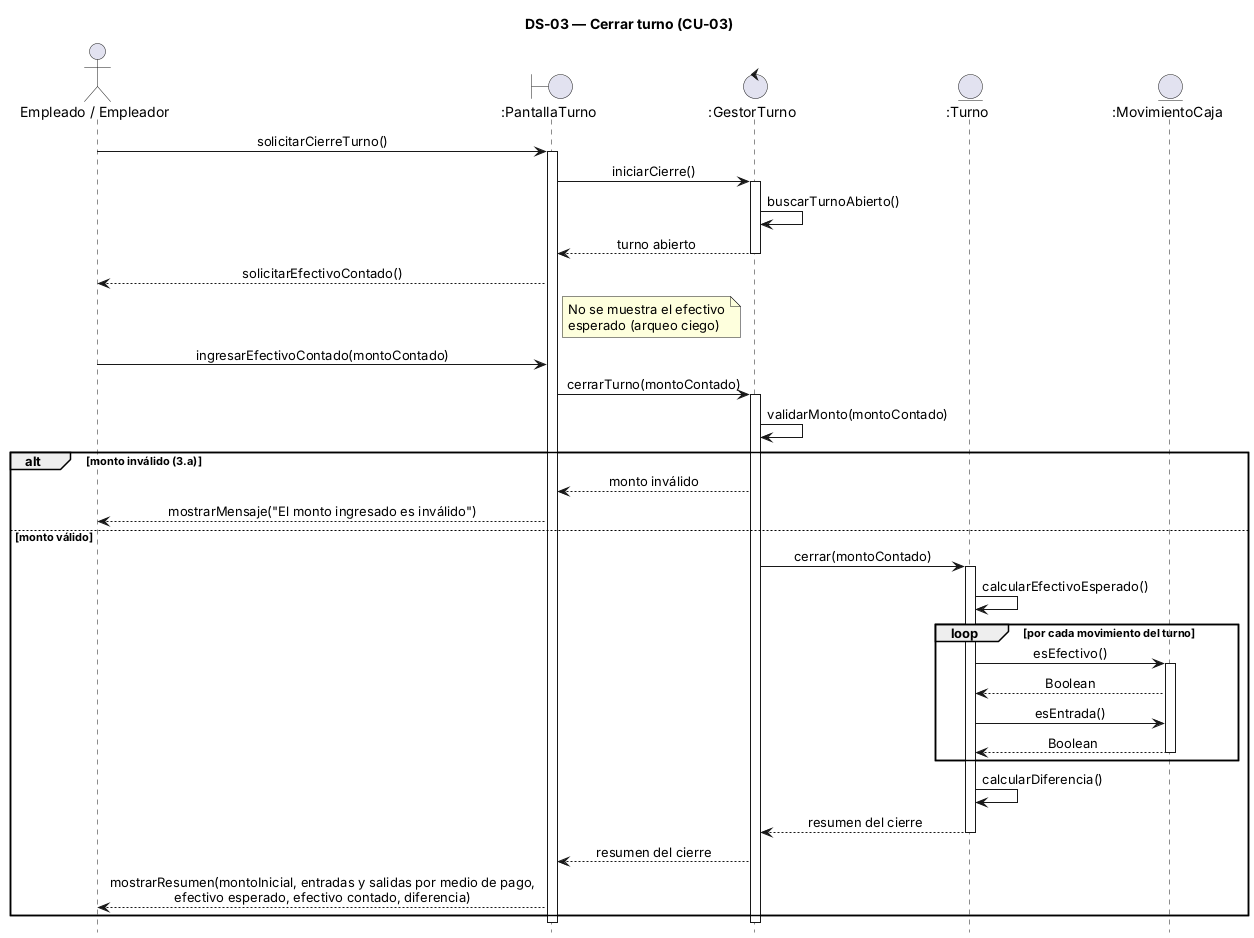
The PlantUML diagram 08-Diagrama De Secuencia/DS-03 Cerrar turno.png in alanbalzaretti123/control-de-stock1, before a commit. The source it was exported from:
```plantuml
@startuml
title DS-03 — Cerrar turno (CU-03)
hide footbox
skinparam sequenceMessageAlign center
skinparam responseMessageBelowArrow true

actor "Empleado / Empleador" as U
boundary ":PantallaTurno" as P
control ":GestorTurno" as G
entity ":Turno" as T
entity ":MovimientoCaja" as M

U -> P : solicitarCierreTurno()
activate P
P -> G : iniciarCierre()
activate G
G -> G : buscarTurnoAbierto()
G --> P : turno abierto
deactivate G
P --> U : solicitarEfectivoContado()
note right of P : No se muestra el efectivo\nesperado (arqueo ciego)

U -> P : ingresarEfectivoContado(montoContado)
P -> G : cerrarTurno(montoContado)
activate G
G -> G : validarMonto(montoContado)

alt monto inválido (3.a)
  G --> P : monto inválido
  P --> U : mostrarMensaje("El monto ingresado es inválido")
else monto válido
  G -> T : cerrar(montoContado)
  activate T
  T -> T : calcularEfectivoEsperado()
  loop por cada movimiento del turno
    T -> M : esEfectivo()
    activate M
    M --> T : Boolean
    T -> M : esEntrada()
    M --> T : Boolean
    deactivate M
  end
  T -> T : calcularDiferencia()
  T --> G : resumen del cierre
  deactivate T
  G --> P : resumen del cierre
  P --> U : mostrarResumen(montoInicial, entradas y salidas por medio de pago,\nefectivo esperado, efectivo contado, diferencia)
end

deactivate G
deactivate P
@enduml
```
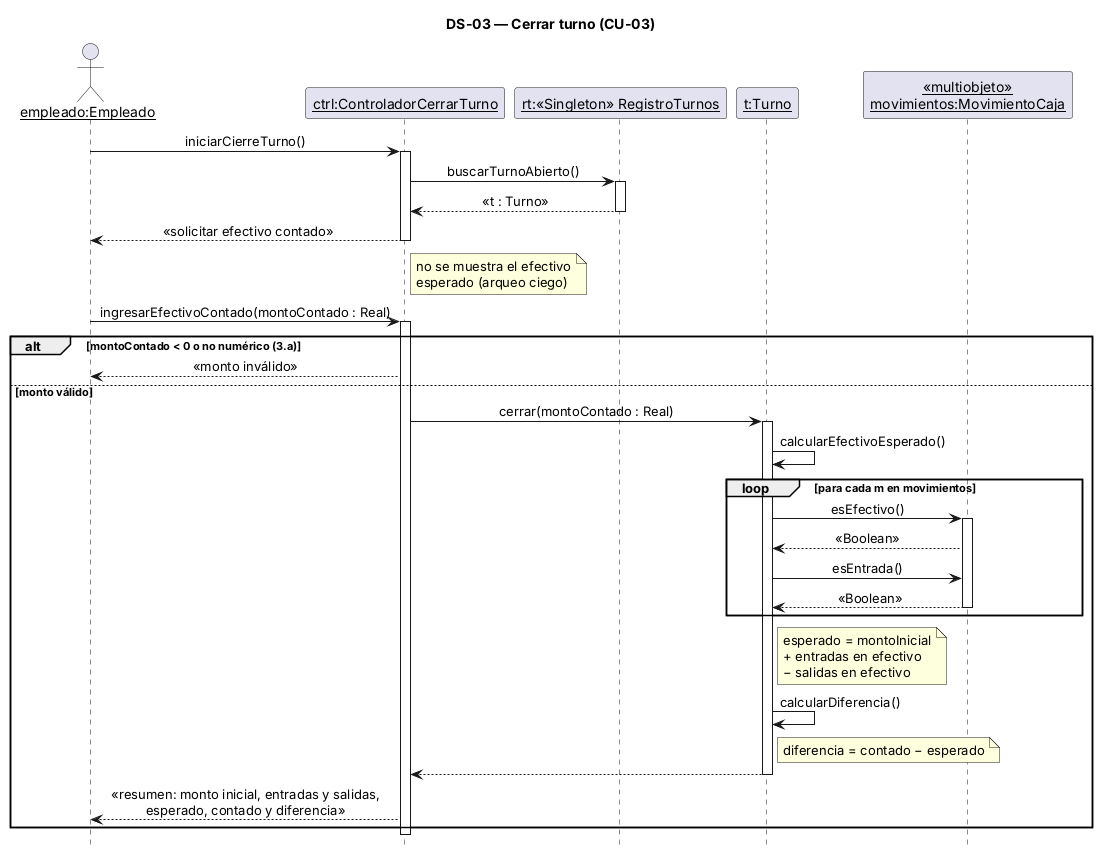
After the change.

What changed in the source:
```diff
@@ -3,50 +3,46 @@
 hide footbox
 skinparam sequenceMessageAlign center
 skinparam responseMessageBelowArrow true
+skinparam sequenceParticipant underline
 
-actor "Empleado / Empleador" as U
-boundary ":PantallaTurno" as P
-control ":GestorTurno" as G
-entity ":Turno" as T
-entity ":MovimientoCaja" as M
+actor "empleado:Empleado" as U
+participant "ctrl:ControladorCerrarTurno" as C
+participant "rt:«Singleton» RegistroTurnos" as RT
+participant "t:Turno" as T
+participant "«multiobjeto»\nmovimientos:MovimientoCaja" as M
 
-U -> P : solicitarCierreTurno()
-activate P
-P -> G : iniciarCierre()
-activate G
-G -> G : buscarTurnoAbierto()
-G --> P : turno abierto
-deactivate G
-P --> U : solicitarEfectivoContado()
-note right of P : No se muestra el efectivo\nesperado (arqueo ciego)
+U -> C : iniciarCierreTurno()
+activate C
+C -> RT : buscarTurnoAbierto()
+activate RT
+RT --> C : «t : Turno»
+deactivate RT
+C --> U : «solicitar efectivo contado»
+note right of C : no se muestra el efectivo\nesperado (arqueo ciego)
+deactivate C
 
-U -> P : ingresarEfectivoContado(montoContado)
-P -> G : cerrarTurno(montoContado)
-activate G
-G -> G : validarMonto(montoContado)
-
-alt monto inválido (3.a)
-  G --> P : monto inválido
-  P --> U : mostrarMensaje("El monto ingresado es inválido")
+U -> C : ingresarEfectivoContado(montoContado : Real)
+activate C
+alt montoContado < 0 o no numérico (3.a)
+  C --> U : «monto inválido»
 else monto válido
-  G -> T : cerrar(montoContado)
+  C -> T : cerrar(montoContado : Real)
   activate T
   T -> T : calcularEfectivoEsperado()
-  loop por cada movimiento del turno
+  loop para cada m en movimientos
     T -> M : esEfectivo()
     activate M
-    M --> T : Boolean
+    M --> T : «Boolean»
     T -> M : esEntrada()
-    M --> T : Boolean
+    M --> T : «Boolean»
     deactivate M
   end
+  note right of T : esperado = montoInicial\n+ entradas en efectivo\n− salidas en efectivo
   T -> T : calcularDiferencia()
-  T --> G : resumen del cierre
+  note right of T : diferencia = contado − esperado
+  T --> C
   deactivate T
-  G --> P : resumen del cierre
-  P --> U : mostrarResumen(montoInicial, entradas y salidas por medio de pago,\nefectivo esperado, efectivo contado, diferencia)
+  C --> U : «resumen: monto inicial, entradas y salidas,\nesperado, contado y diferencia»
 end
-
-deactivate G
-deactivate P
+deactivate C
 @enduml
```
